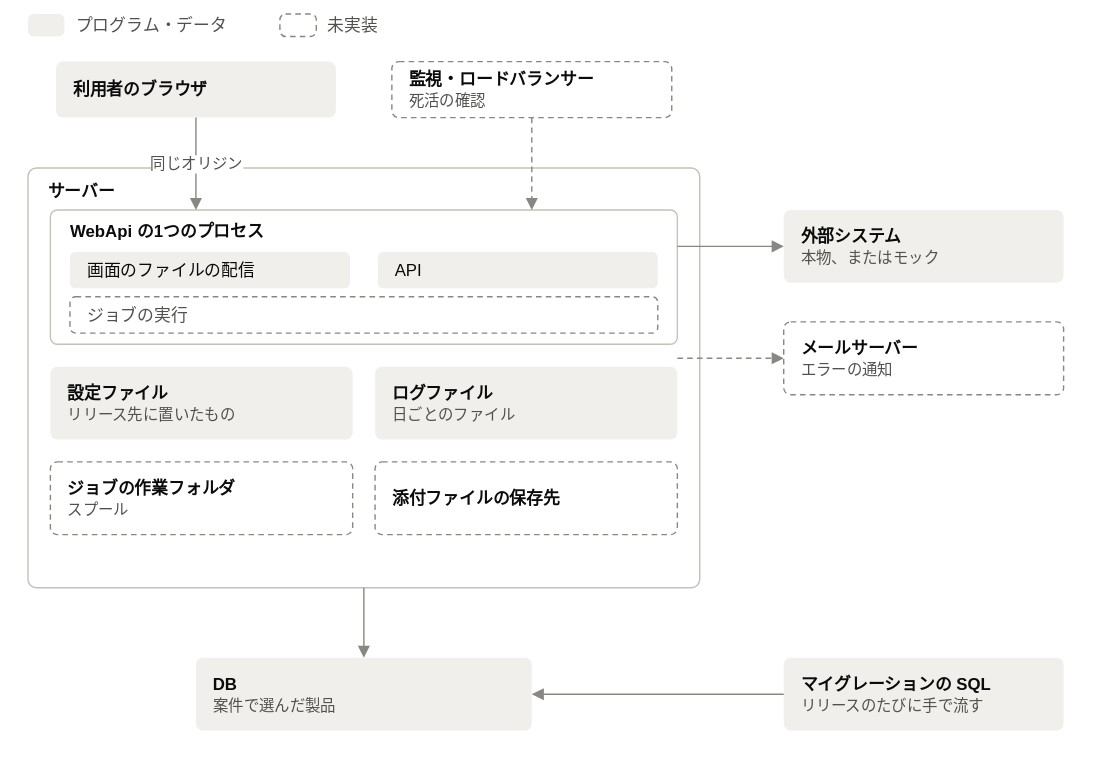
halllky/NijoAppScaffold keeps this draw.io diagram as demo/101_販売管理システム/標準仕様書/図/実行環境_本番環境.drawio.svg. Above is the earlier version. Source tidied: cells renumbered, new cells last; positions are measured from the earlier drawing's top-left corner, leaving out a move shared by most shapes.
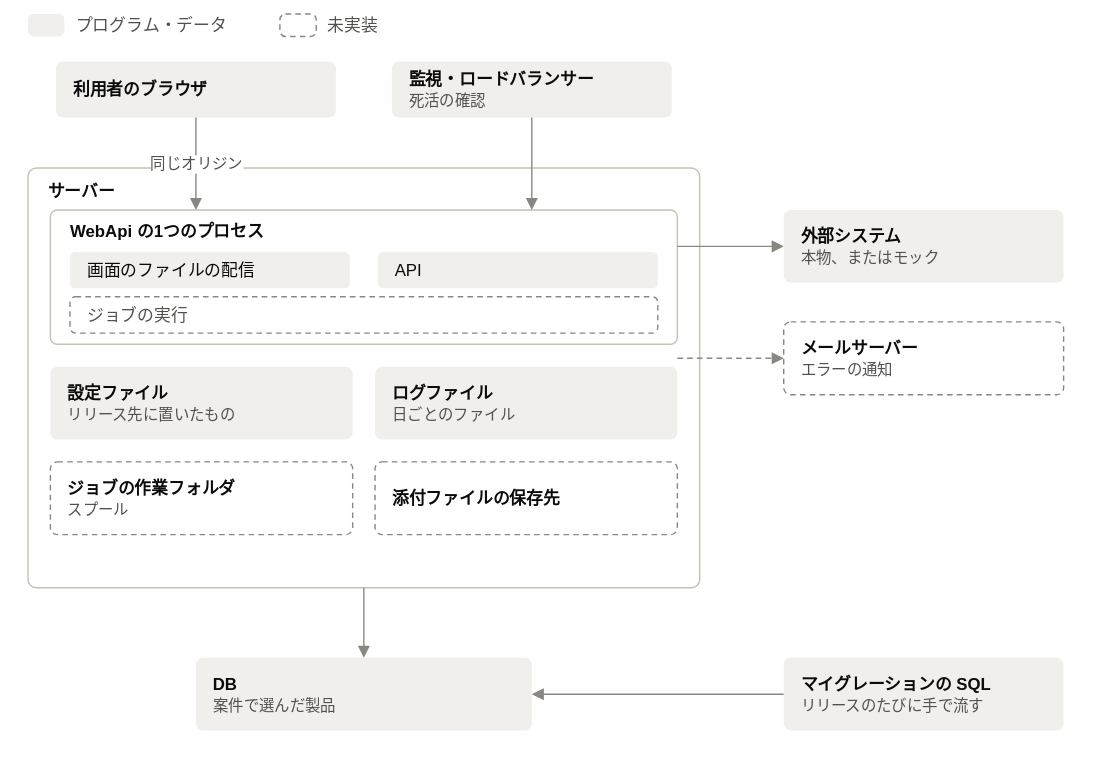
After the change.

What changed in the source:
```diff
@@ -20,7 +20,7 @@
     <mxCell id="7" value="&lt;b&gt;利用者のブラウザ&lt;/b&gt;" style="text;html=1;align=left;verticalAlign=middle;fontSize=12;fontColor=#0b0b0b;fontStyle=0;spacing=0;whiteSpace=wrap;" parent="1" vertex="1">
       <mxGeometry x="32" y="34" width="176" height="40" as="geometry" />
     </mxCell>
-    <mxCell id="8" style="rounded=1;absoluteArcSize=1;arcSize=10;html=1;fillColor=#ffffff;strokeColor=#898781;strokeWidth=1;dashed=1;dashPattern=4 3;" parent="1" vertex="1">
+    <mxCell id="8" style="rounded=1;absoluteArcSize=1;arcSize=10;html=1;fillColor=#f0efec;strokeColor=none;strokeWidth=1;" parent="1" vertex="1">
       <mxGeometry x="260" y="34" width="200" height="40" as="geometry" />
     </mxCell>
     <mxCell id="9" value="&lt;b&gt;監視・ロードバランサー&lt;/b&gt;&lt;br&gt;&lt;span style=&quot;color:#52514e;font-size:11px&quot;&gt;死活の確認&lt;/span&gt;" style="text;html=1;align=left;verticalAlign=middle;fontSize=12;fontColor=#0b0b0b;fontStyle=0;spacing=0;whiteSpace=wrap;" parent="1" vertex="1">
@@ -86,7 +86,7 @@
         <mxPoint x="120" y="140" as="targetPoint" />
       </mxGeometry>
     </mxCell>
-    <mxCell id="29" style="html=1;rounded=0;endArrow=block;endFill=1;endSize=6;startArrow=none;strokeColor=#898781;strokeWidth=1;fontSize=11;fontColor=#52514e;labelBackgroundColor=#ffffff;dashed=1;dashPattern=4 3;" parent="1" edge="1">
+    <mxCell id="29" style="html=1;rounded=0;endArrow=block;endFill=1;endSize=6;startArrow=none;strokeColor=#898781;strokeWidth=1;fontSize=11;fontColor=#52514e;labelBackgroundColor=#ffffff;" parent="1" edge="1">
       <mxGeometry relative="1" as="geometry">
         <mxPoint x="360" y="74" as="sourcePoint" />
         <mxPoint x="360" y="140" as="targetPoint" />
```
